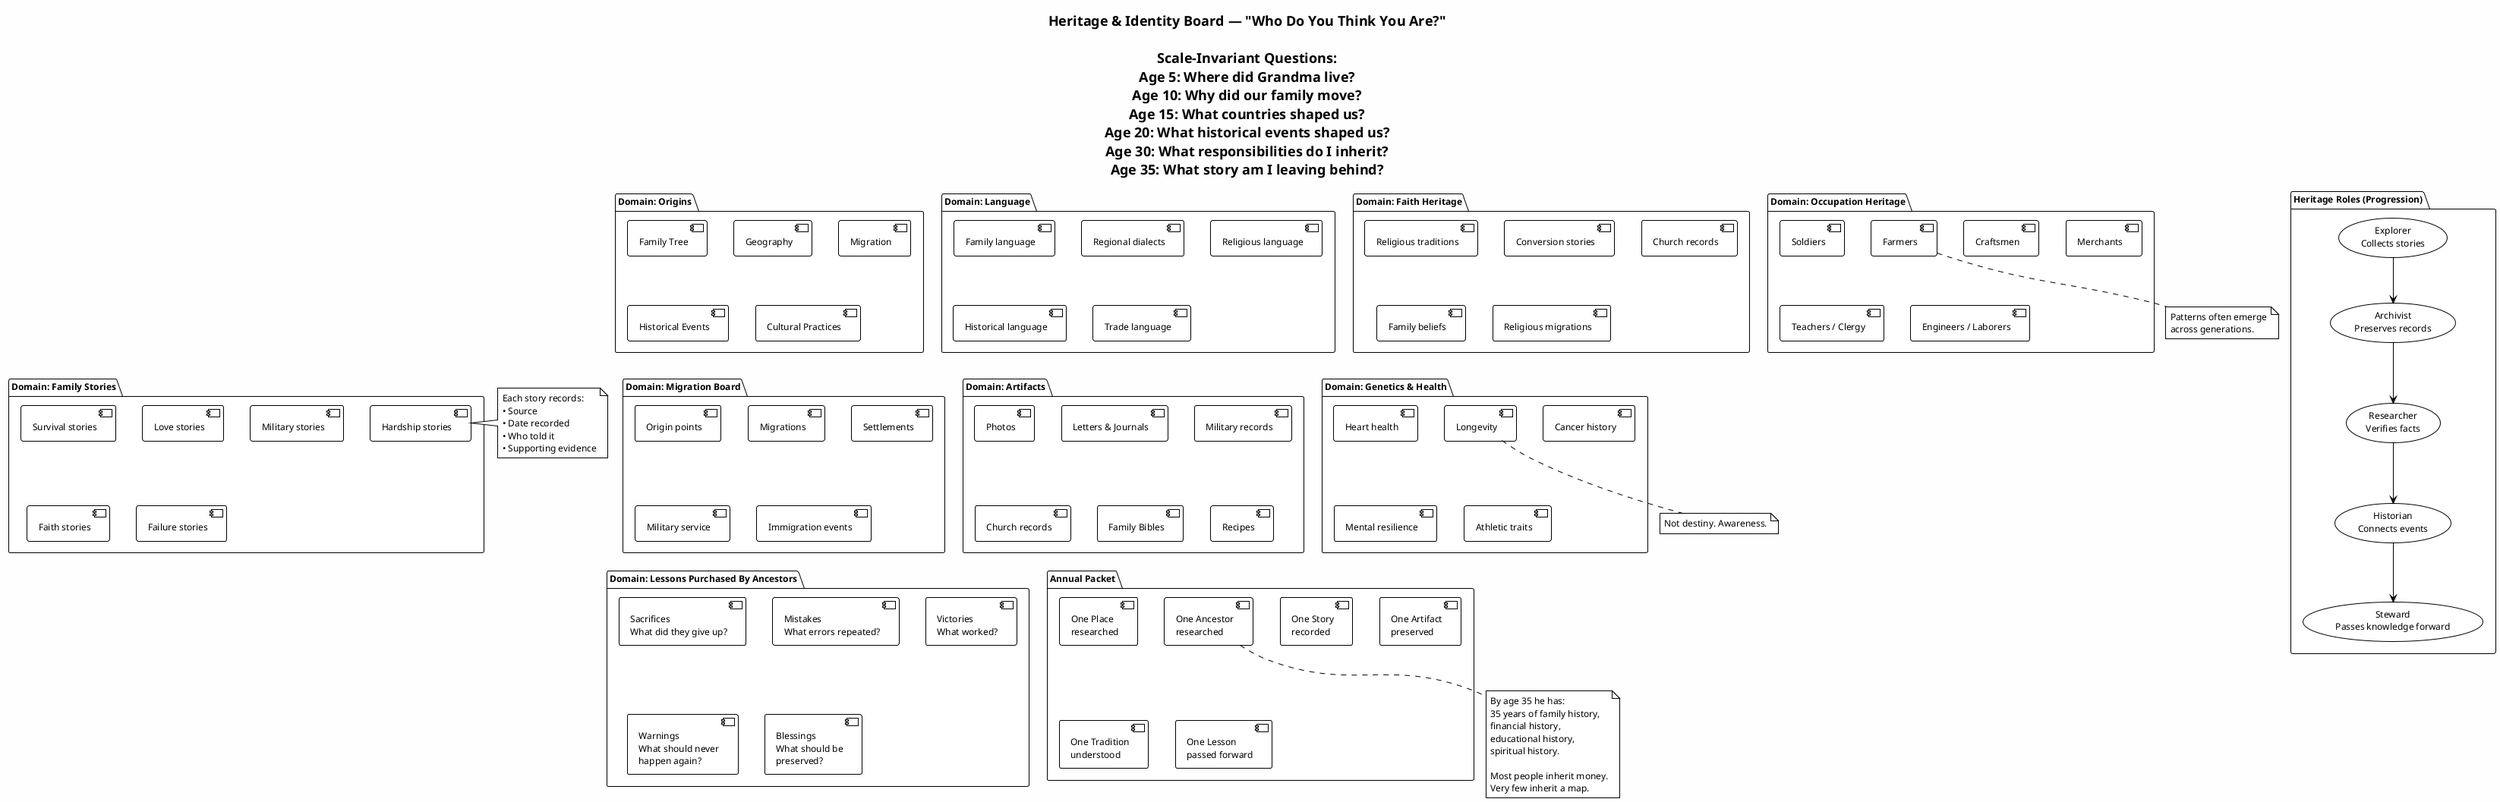
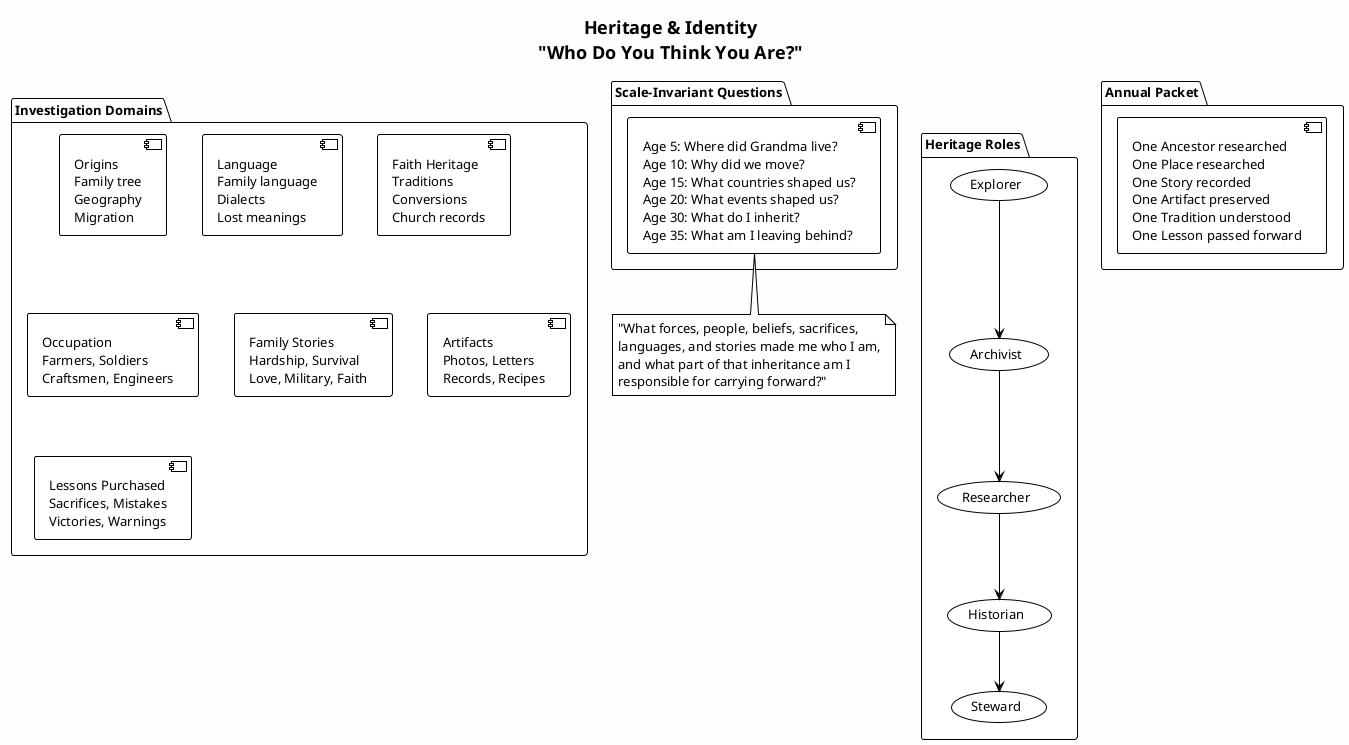
@startuml heritage_identity
!theme plain
skinparam backgroundColor #FEFEFE
- skinparam defaultFontSize 12
+ skinparam defaultFontSize 13
skinparam titleFontSize 18

- title Heritage & Identity Board — "Who Do You Think You Are?"\n\nScale-Invariant Questions:\nAge 5: Where did Grandma live?\nAge 10: Why did our family move?\nAge 15: What countries shaped us?\nAge 20: What historical events shaped us?\nAge 30: What responsibilities do I inherit?\nAge 35: What story am I leaving behind?
+ title Heritage & Identity\n"Who Do You Think You Are?"

- package "Domain: Origins" {
-   [Family Tree] as o1
-   [Geography] as o2
-   [Migration] as o3
-   [Historical Events] as o4
-   [Cultural Practices] as o5
+ package "Investigation Domains" {
+   [Origins\nFamily tree\nGeography\nMigration] as d1
+   [Language\nFamily language\nDialects\nLost meanings] as d2
+   [Faith Heritage\nTraditions\nConversions\nChurch records] as d3
+   [Occupation\nFarmers, Soldiers\nCraftsmen, Engineers] as d4
+   [Family Stories\nHardship, Survival\nLove, Military, Faith] as d5
+   [Artifacts\nPhotos, Letters\nRecords, Recipes] as d6
+   [Lessons Purchased\nSacrifices, Mistakes\nVictories, Warnings] as d7
}

- package "Domain: Language" {
-   [Family language] as l1
-   [Regional dialects] as l2
-   [Religious language] as l3
-   [Historical language] as l4
-   [Trade language] as l5
- }
- 
- package "Domain: Faith Heritage" {
-   [Religious traditions] as f1
-   [Conversion stories] as f2
-   [Church records] as f3
-   [Family beliefs] as f4
-   [Religious migrations] as f5
- }
- 
- package "Domain: Occupation Heritage" {
-   [Farmers] as oc1
-   [Soldiers] as oc2
-   [Craftsmen] as oc3
-   [Merchants] as oc4
-   [Teachers / Clergy] as oc5
-   [Engineers / Laborers] as oc6
- }
- 
- note bottom of oc1
-   Patterns often emerge
-   across generations.
- end note
- 
- package "Domain: Migration Board" {
-   [Origin points] as m1
-   [Migrations] as m2
-   [Settlements] as m3
-   [Military service] as m4
-   [Immigration events] as m5
- }
- 
- package "Domain: Family Stories" {
-   [Hardship stories] as fs1
-   [Survival stories] as fs2
-   [Love stories] as fs3
-   [Military stories] as fs4
-   [Faith stories] as fs5
-   [Failure stories] as fs6
- }
- 
- note right of fs1
-   Each story records:
-   • Source
-   • Date recorded
-   • Who told it
-   • Supporting evidence
- end note
- 
- package "Domain: Artifacts" {
-   [Photos] as a1
-   [Letters & Journals] as a2
-   [Military records] as a3
-   [Church records] as a4
-   [Family Bibles] as a5
-   [Recipes] as a6
- }
- 
- package "Domain: Genetics & Health" {
-   [Longevity] as g1
-   [Heart health] as g2
-   [Cancer history] as g3
-   [Mental resilience] as g4
-   [Athletic traits] as g5
- }
- 
- note bottom of g1
-   Not destiny. Awareness.
- end note
- 
- package "Domain: Lessons Purchased By Ancestors" {
-   [Sacrifices\nWhat did they give up?] as lp1
-   [Mistakes\nWhat errors repeated?] as lp2
-   [Victories\nWhat worked?] as lp3
-   [Warnings\nWhat should never\nhappen again?] as lp4
-   [Blessings\nWhat should be\npreserved?] as lp5
- }
- 
- package "Heritage Roles (Progression)" {
-   (Explorer\nCollects stories) as r1
-   (Archivist\nPreserves records) as r2
-   (Researcher\nVerifies facts) as r3
-   (Historian\nConnects events) as r4
-   (Steward\nPasses knowledge forward) as r5
-   r1 --> r2
-   r2 --> r3
-   r3 --> r4
-   r4 --> r5
+ package "Heritage Roles" {
+   (Explorer) --> (Archivist)
+   (Archivist) --> (Researcher)
+   (Researcher) --> (Historian)
+   (Historian) --> (Steward)
}

package "Annual Packet" {
-   [One Ancestor\nresearched] as ap1
-   [One Place\nresearched] as ap2
-   [One Story\nrecorded] as ap3
-   [One Artifact\npreserved] as ap4
-   [One Tradition\nunderstood] as ap5
-   [One Lesson\npassed forward] as ap6
+   [One Ancestor researched\nOne Place researched\nOne Story recorded\nOne Artifact preserved\nOne Tradition understood\nOne Lesson passed forward]
}

- note bottom of ap1
-   By age 35 he has:
-   35 years of family history,
-   financial history,
-   educational history,
-   spiritual history.
+ package "Scale-Invariant Questions" {
+   [Age 5: Where did Grandma live?\nAge 10: Why did we move?\nAge 15: What countries shaped us?\nAge 20: What events shaped us?\nAge 30: What do I inherit?\nAge 35: What am I leaving behind?]
+ }

-   Most people inherit money.
-   Very few inherit a map.
+ note bottom
+   "What forces, people, beliefs, sacrifices,
+   languages, and stories made me who I am,
+   and what part of that inheritance am I
+   responsible for carrying forward?"
end note

@enduml
